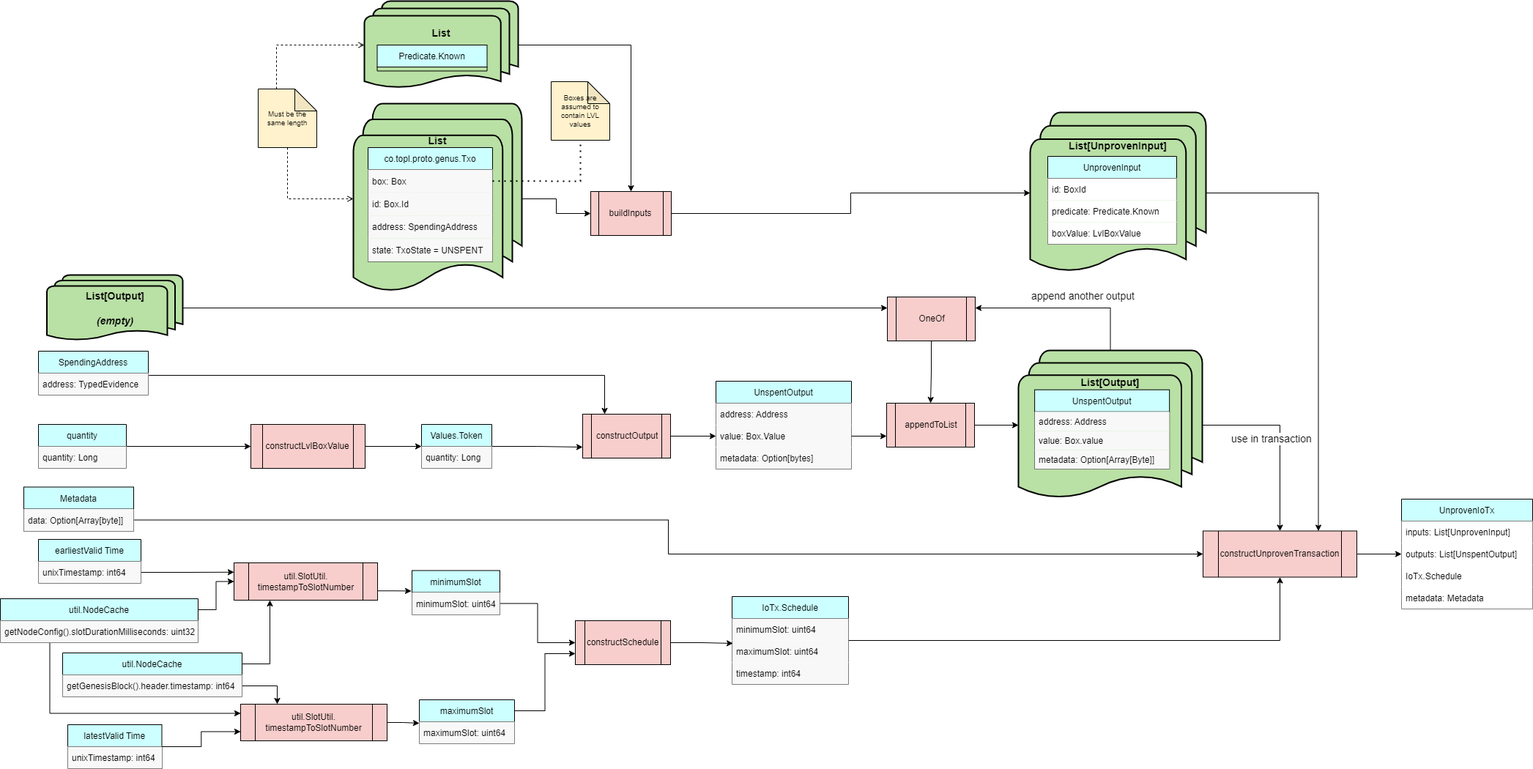
Before: docs/Modules/NativeTransactor/transaction_builder.drawio.png, a diagram exported from draw.io (Topl/BramblSc-docs). Source tidied: cells renumbered, new cells last; positions are measured from the earlier drawing's top-left corner, leaving out a move shared by most shapes.
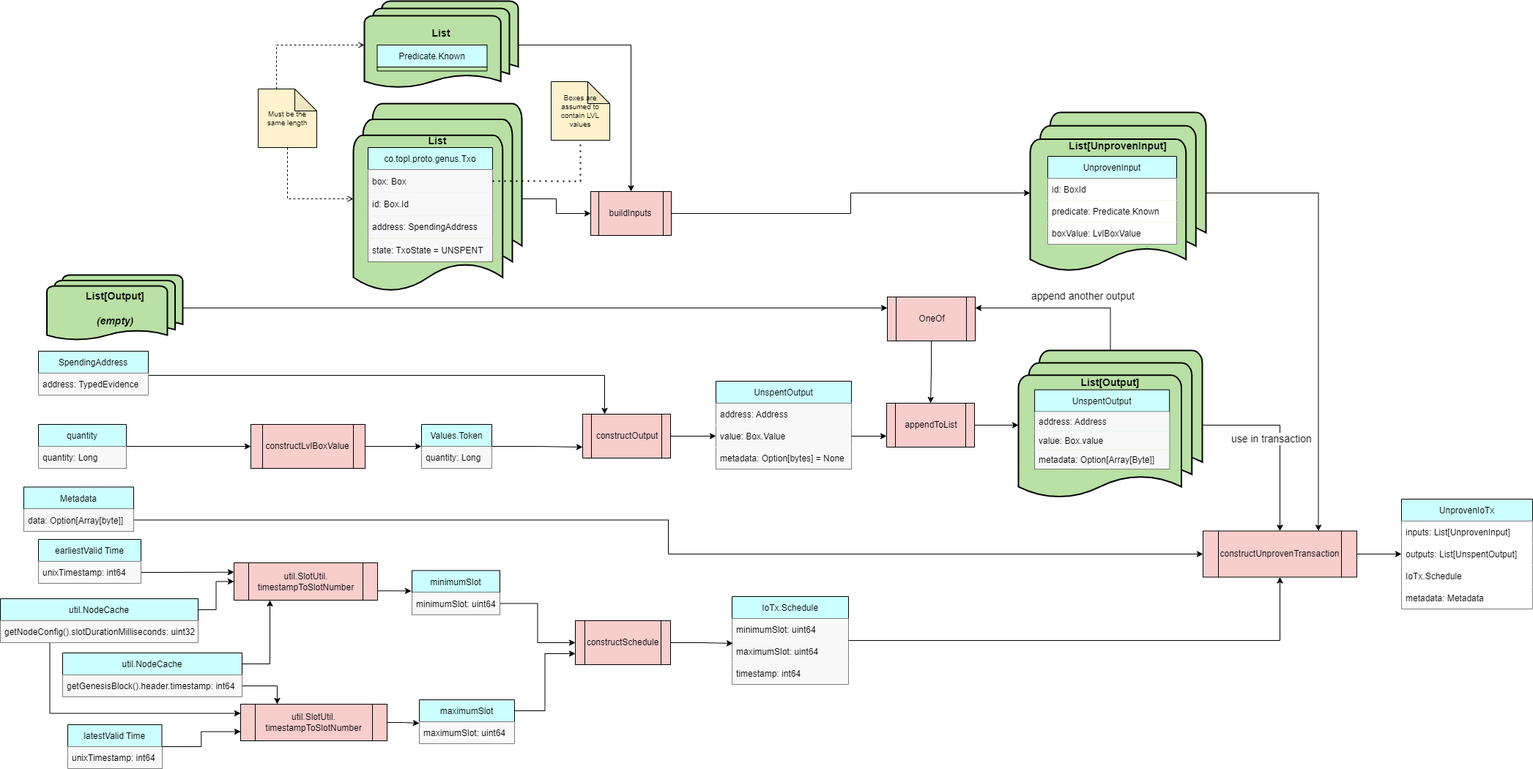
After the change.

The edit, as a diff of the source:
```diff
@@ -112,7 +112,7 @@
     <mxCell id="37" value="value: Box.Value" style="text;strokeColor=none;fillColor=#F8F8F8;align=left;verticalAlign=middle;spacingLeft=4;spacingRight=4;overflow=hidden;points=[[0,0.5],[1,0.5]];portConstraint=eastwest;" parent="35" vertex="1">
       <mxGeometry y="60" width="185" height="30" as="geometry" />
     </mxCell>
-    <mxCell id="38" value="metadata: Option[bytes]" style="text;strokeColor=none;fillColor=#F8F8F8;align=left;verticalAlign=middle;spacingLeft=4;spacingRight=4;overflow=hidden;" parent="35" vertex="1">
+    <mxCell id="38" value="metadata: Option[bytes] = None" style="text;strokeColor=none;fillColor=#F8F8F8;align=left;verticalAlign=middle;spacingLeft=4;spacingRight=4;overflow=hidden;" parent="35" vertex="1">
       <mxGeometry y="90" width="185" height="30" as="geometry" />
     </mxCell>
     <mxCell id="39" style="edgeStyle=orthogonalEdgeStyle;rounded=0;jettySize=auto;html=1;entryX=0.5;entryY=0;entryDx=0;entryDy=0;fontSize=10;endArrow=classic;endFill=1;" parent="1" edge="1" source="79" target="44">
```
